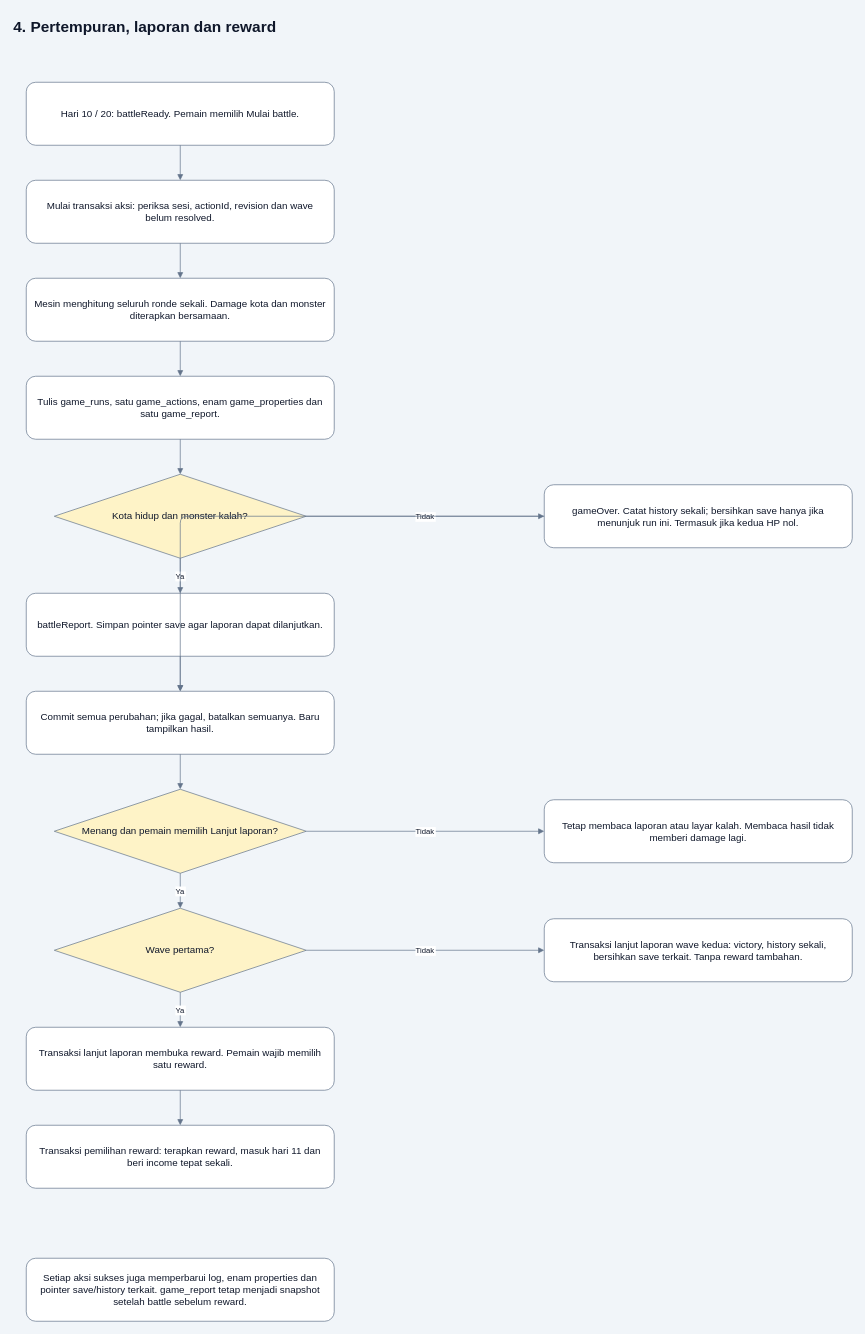
Above: page "4. Battle dan laporan" (4 of 6) of docs/database/database_flow.drawio in Three-Musketeers-Hacktiv/Final-Project (draw.io), before the change. Source tidied: cells renumbered, new cells numbered last; positions are measured from the earlier drawing's top-left corner, leaving out a move shared by most shapes. Both pictures are drawn from the tidied source at 70%, with x=0, y=0 at pixel (12, 12).
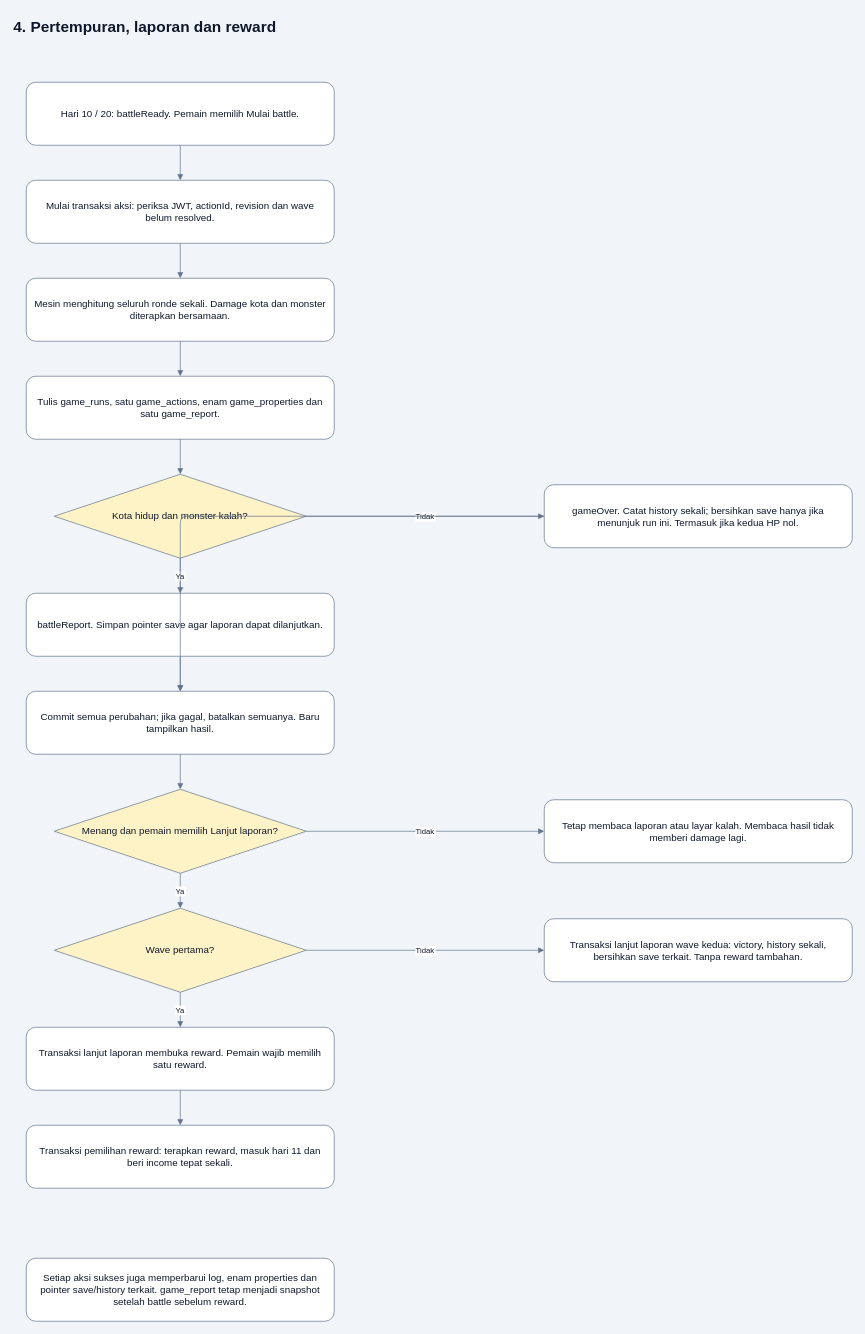
The same diagram, later.

What changed in the source:
```diff
@@
-    <mxCell id="4" value="Mulai transaksi aksi: periksa sesi, actionId, revision dan wave belum resolved." style="rounded=1;whiteSpace=wrap;html=0;fillColor=#ffffff;strokeColor=#64748b;fontColor=#0f172a;fontSize=14;spacing=10;" parent="1" vertex="1">
+    <mxCell id="4" value="Mulai transaksi aksi: periksa JWT, actionId, revision dan wave belum resolved." style="rounded=1;whiteSpace=wrap;html=0;fillColor=#ffffff;strokeColor=#64748b;fontColor=#0f172a;fontSize=14;spacing=10;" parent="1" vertex="1">
       <mxGeometry x="20" y="240" width="440" height="90" as="geometry" />
     </mxCell>
```
